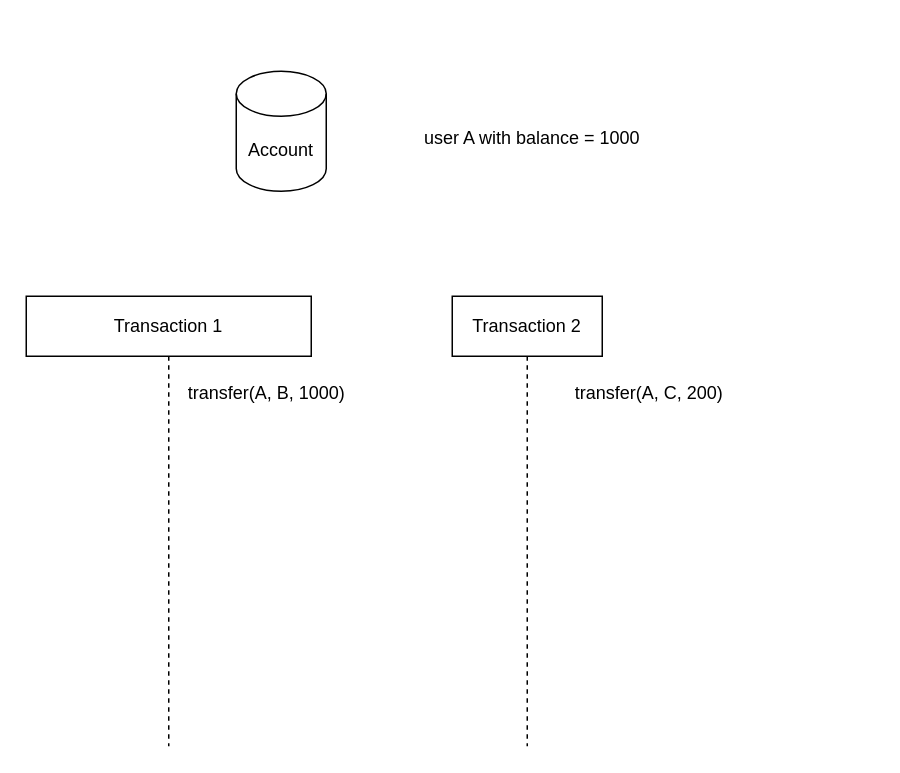
Earlier version of the draw.io diagram design-patern-test/design patern test.drawio (15520529/draw-io). Source tidied: cells renumbered, new cells numbered last; positions are measured from the earlier drawing's top-left corner, leaving out a move shared by most shapes. Both pictures are drawn from the tidied source at 150%, with x=0, y=0 at pixel (26, 70).
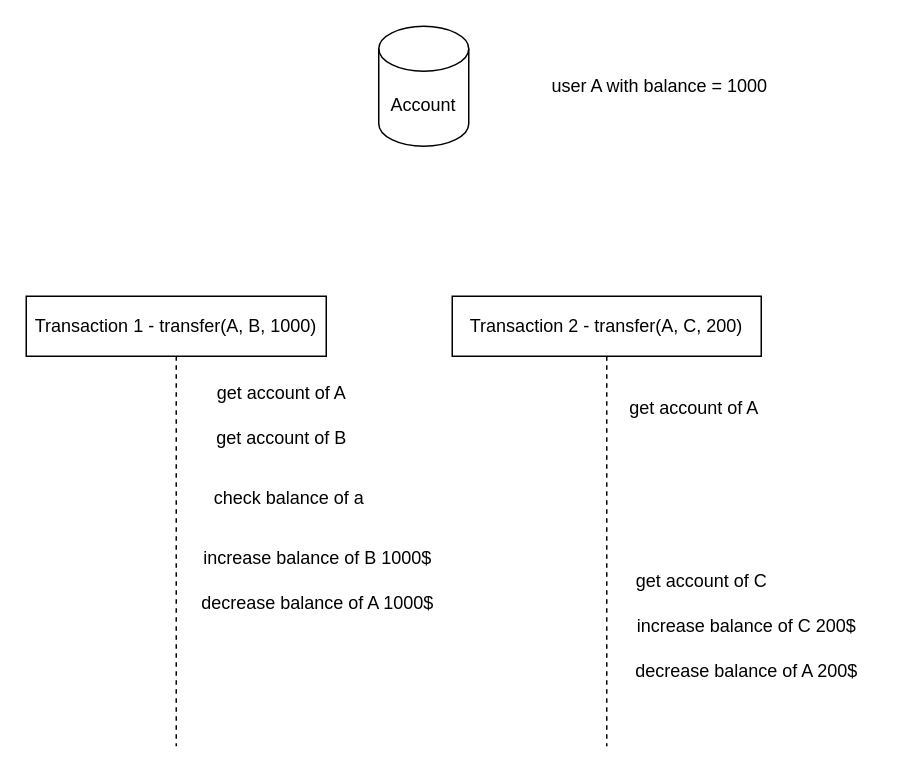
The same page after the edit.

Commit message (it also covers changes not shown here):
Cập nhật design patern test.drawio

Diff of the diagram source:
```diff
@@
 <mxGraphModel>
   <root>
     <mxCell id="0" />
     <mxCell id="1" parent="0" />
     <mxCell id="2" value="Account" style="shape=cylinder3;whiteSpace=wrap;html=1;boundedLbl=1;backgroundOutline=1;size=15;" parent="1" vertex="1">
-      <mxGeometry x="140" width="60" height="80" as="geometry" />
+      <mxGeometry x="235" y="-30" width="60" height="80" as="geometry" />
     </mxCell>
-    <mxCell id="3" value="Transaction 1" style="shape=umlLifeline;perimeter=lifelinePerimeter;whiteSpace=wrap;html=1;newEdgeStyle={&quot;edgeStyle&quot;:&quot;elbowEdgeStyle&quot;,&quot;elbow&quot;:&quot;vertical&quot;,&quot;curved&quot;:0,&quot;rounded&quot;:0};" parent="1" vertex="1">
-      <mxGeometry y="150" width="190" height="300" as="geometry" />
+    <mxCell id="3" value="Transaction 1 -&amp;nbsp;transfer(A, B, 1000)" style="shape=umlLifeline;perimeter=lifelinePerimeter;whiteSpace=wrap;html=1;newEdgeStyle={&quot;edgeStyle&quot;:&quot;elbowEdgeStyle&quot;,&quot;elbow&quot;:&quot;vertical&quot;,&quot;curved&quot;:0,&quot;rounded&quot;:0};" parent="1" vertex="1">
+      <mxGeometry y="150" width="200" height="300" as="geometry" />
     </mxCell>
-    <mxCell id="4" value="Transaction 2" style="shape=umlLifeline;perimeter=lifelinePerimeter;whiteSpace=wrap;html=1;newEdgeStyle={&quot;edgeStyle&quot;:&quot;elbowEdgeStyle&quot;,&quot;elbow&quot;:&quot;vertical&quot;,&quot;curved&quot;:0,&quot;rounded&quot;:0};" parent="1" vertex="1">
-      <mxGeometry x="284" y="150" width="100" height="300" as="geometry" />
+    <mxCell id="4" value="Transaction 2 -&amp;nbsp;transfer(A, C, 200)" style="shape=umlLifeline;perimeter=lifelinePerimeter;whiteSpace=wrap;html=1;newEdgeStyle={&quot;edgeStyle&quot;:&quot;elbowEdgeStyle&quot;,&quot;elbow&quot;:&quot;vertical&quot;,&quot;curved&quot;:0,&quot;rounded&quot;:0};" parent="1" vertex="1">
+      <mxGeometry x="284" y="150" width="206" height="300" as="geometry" />
     </mxCell>
     <mxCell id="5" value="user A with balance = 1000" style="text;html=1;strokeColor=none;fillColor=none;align=center;verticalAlign=middle;whiteSpace=wrap;rounded=0;" parent="1" vertex="1">
-      <mxGeometry x="225" y="30" width="225" height="30" as="geometry" />
+      <mxGeometry x="310" y="-5" width="225" height="30" as="geometry" />
     </mxCell>
-    <mxCell id="6" value="transfer(A, B, 1000)" style="text;html=1;align=center;verticalAlign=middle;strokeColor=none;fillColor=none;" parent="1" vertex="1">
-      <mxGeometry x="95" y="200" width="130" height="30" as="geometry" />
-    </mxCell>
-    <mxCell id="7" value="transfer(A, C, 200)" style="text;html=1;align=center;verticalAlign=middle;strokeColor=none;fillColor=none;" parent="1" vertex="1">
-      <mxGeometry x="355" y="200" width="120" height="30" as="geometry" />
-    </mxCell>
+    <mxCell id="8" value="check balance of a" style="text;html=1;align=center;verticalAlign=middle;strokeColor=none;fillColor=none;" parent="1" vertex="1">
+      <mxGeometry x="115" y="270" width="120" height="30" as="geometry" />
+    </mxCell>
+    <mxCell id="9" value="get account of A" style="text;html=1;align=center;verticalAlign=middle;strokeColor=none;fillColor=none;" parent="1" vertex="1">
+      <mxGeometry x="115" y="200" width="110" height="30" as="geometry" />
+    </mxCell>
+    <mxCell id="10" value="get account of B" style="text;html=1;align=center;verticalAlign=middle;strokeColor=none;fillColor=none;" parent="1" vertex="1">
+      <mxGeometry x="115" y="230" width="110" height="30" as="geometry" />
+    </mxCell>
+    <mxCell id="11" value="get account of A" style="text;html=1;align=center;verticalAlign=middle;strokeColor=none;fillColor=none;" parent="1" vertex="1">
+      <mxGeometry x="390" y="210" width="110" height="30" as="geometry" />
+    </mxCell>
+    <mxCell id="12" value="get account of C" style="text;html=1;align=center;verticalAlign=middle;strokeColor=none;fillColor=none;" parent="1" vertex="1">
+      <mxGeometry x="395" y="325" width="110" height="30" as="geometry" />
+    </mxCell>
+    <mxCell id="13" value="increase balance of B 1000$" style="text;html=1;align=center;verticalAlign=middle;strokeColor=none;fillColor=none;" parent="1" vertex="1">
+      <mxGeometry x="104" y="310" width="180" height="30" as="geometry" />
+    </mxCell>
+    <mxCell id="14" value="decrease balance of A 1000$" style="text;html=1;align=center;verticalAlign=middle;strokeColor=none;fillColor=none;" parent="1" vertex="1">
+      <mxGeometry x="104" y="340" width="180" height="30" as="geometry" />
+    </mxCell>
+    <mxCell id="15" value="increase balance of C 200$" style="text;html=1;align=center;verticalAlign=middle;strokeColor=none;fillColor=none;" parent="1" vertex="1">
+      <mxGeometry x="395" y="355" width="170" height="30" as="geometry" />
+    </mxCell>
+    <mxCell id="16" value="decrease balance of A 200$" style="text;html=1;align=center;verticalAlign=middle;strokeColor=none;fillColor=none;" parent="1" vertex="1">
+      <mxGeometry x="395" y="385" width="170" height="30" as="geometry" />
+    </mxCell>
   </root>
 </mxGraphModel>
```
